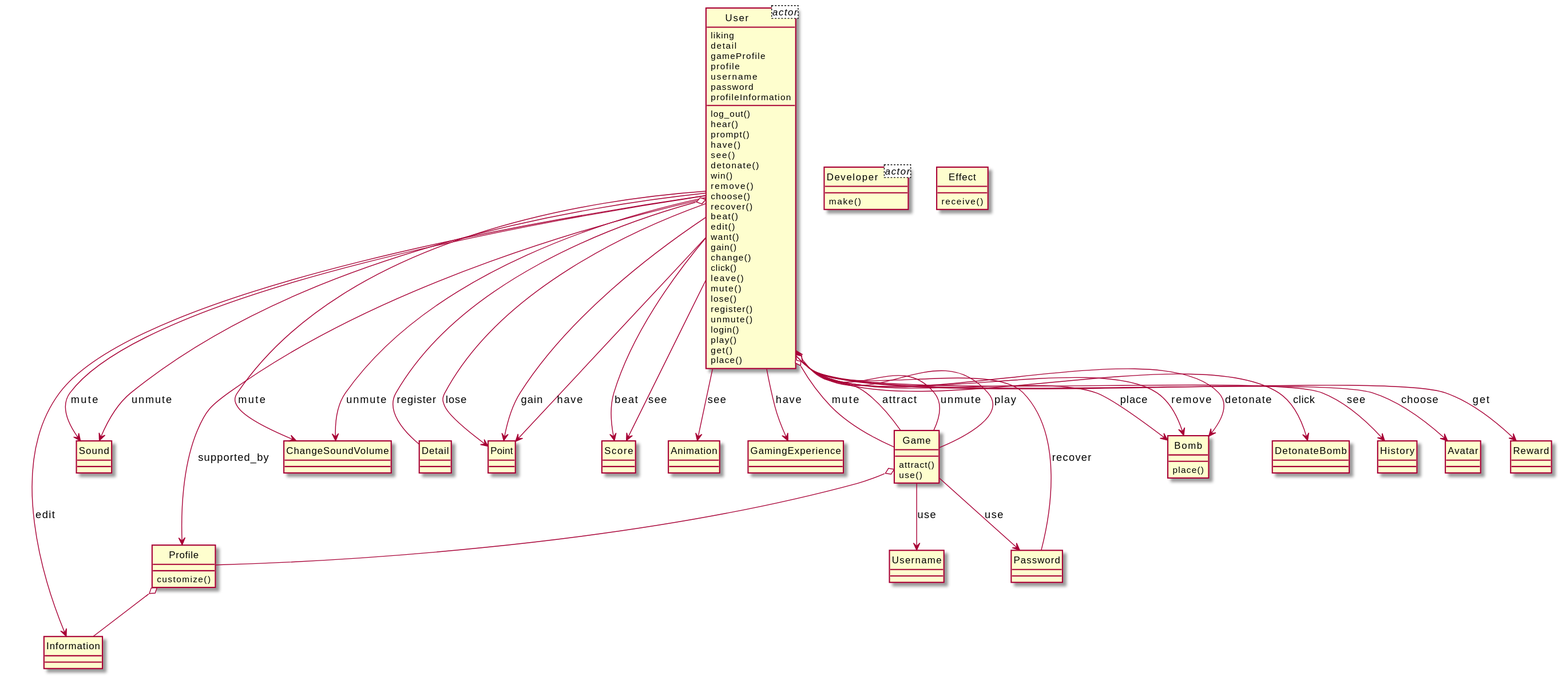
Above: output/diagram_5/2016-USC-Project06.svg in xixixhalu/DomainModelExtractor (PlantUML), before the change.
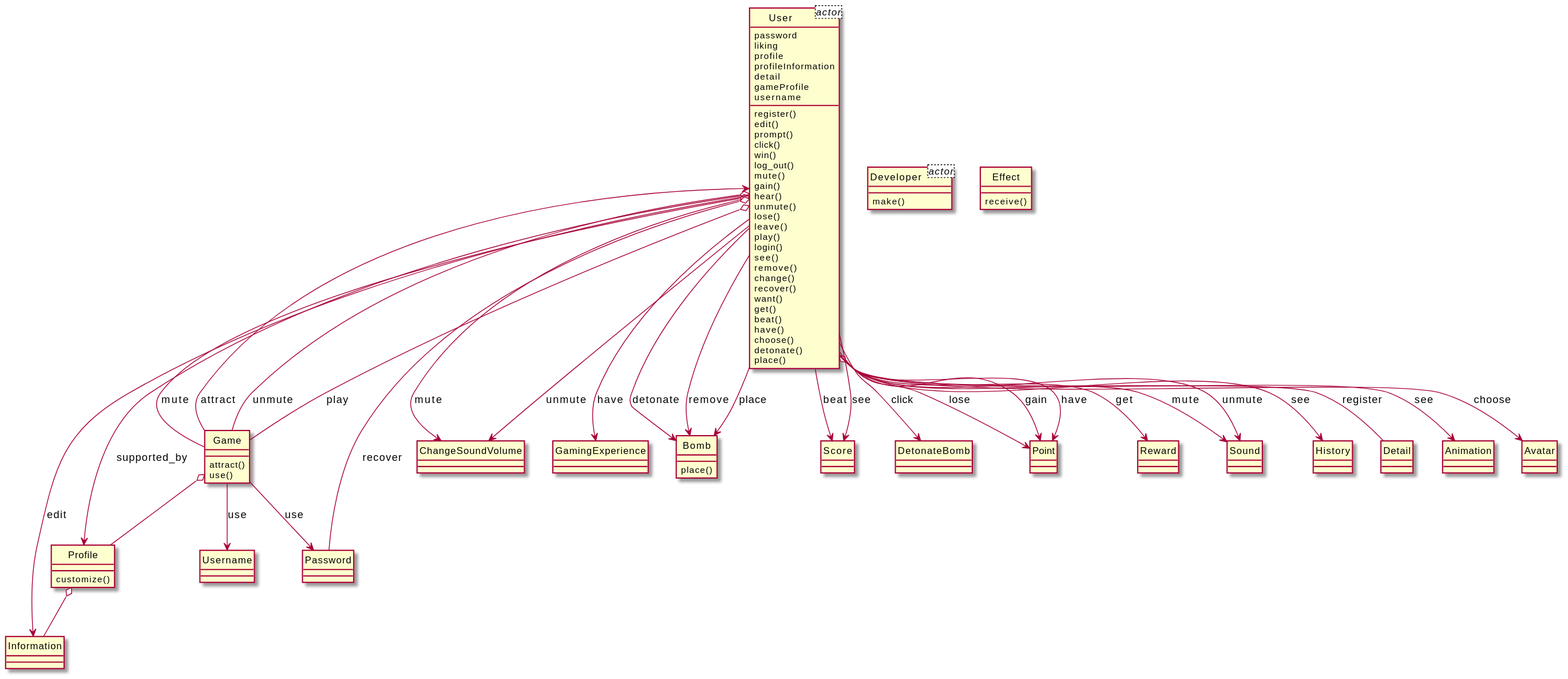
Above is the later version.

What changed in the source:
```diff
@@ -1,115 +1,115 @@
 @startuml
 hide circle
 class User<actor> {
+	password
 	liking
+	profile
+	profileInformation
 	detail
 	gameProfile
-	profile
 	username
-	password
-	profileInformation
 }
 class Developer<actor> {
 }
 class Information {
 }
 class User {
+	register()
+	edit()
+	prompt()
+	click()
+	win()
 	log_out()
+	mute()
+	gain()
 	hear()
-	prompt()
+	unmute()
+	lose()
+	leave()
+	play()
+	login()
+	see()
+	remove()
+	change()
+	recover()
+	want()
+	get()
+	beat()
 	have()
-	see()
+	choose()
 	detonate()
-	win()
-	remove()
-	choose()
-	recover()
-	beat()
-	edit()
-	want()
-	gain()
-	change()
-	click()
-	leave()
-	mute()
-	lose()
-	register()
-	unmute()
-	login()
-	play()
-	get()
 	place()
 }
-class Sound {
+class Password {
+}
+class ChangeSoundVolume {
+}
+class GamingExperience {
+}
+class Bomb {
+	place()
 }
 class Game {
 	attract()
 	use()
 }
-class ChangeSoundVolume {
+class Score {
 }
-class Detail {
+class DetonateBomb {
 }
 class Point {
-}
-class Score {
-}
-class Animation {
 }
 class Developer {
 	make()
 }
-class GamingExperience {
+class Reward {
 }
 class Profile {
 	customize()
 }
-class Password {
-}
-class Bomb {
-	place()
-}
-class DetonateBomb {
+class Sound {
 }
 class History {
 }
-class Avatar {
+class Detail {
 }
-class Reward {
+class Animation {
 }
 class Username {
 }
 class Effect {
 	receive()
 }
+class Avatar {
+}
+User --> Bomb : remove
+User o-- Game : unmute
+User --> Score : beat
+User o-- Detail : register
+User --> Animation : see
+User --> DetonateBomb : click
+Game --> Username : use
+User --> Point : gain
+User --> Point : have
+User --> Score : see
+Game --> Password : use
+User --> ChangeSoundVolume : mute
 User --> Information : edit
-User o-- Game : unmute
-User --> Point : have
-Game --> Password : use
+User --> Avatar : choose
+User --> Reward : get
+User o-- Game : play
+User --> ChangeSoundVolume : unmute
+Game o-- Profile
+User --> Bomb : place
+User --> GamingExperience : have
+Profile o-- Information
+User --> Profile : supported_by
+User --> Point : lose
+Game --> User : attract
 User --> Sound : mute
-User o-- Game : play
-User --> Score : beat
-User --> Avatar : choose
-User --> Animation : see
-User --> Score : see
-User --> Reward : get
-User --> ChangeSoundVolume : mute
-Game --> Username : use
-User --> GamingExperience : have
-User --> Bomb : remove
-Game --> User : attract
-User --> Bomb : detonate
-User --> Point : lose
 User o-- Game : mute
-User --> Profile : supported_by
-User --> Point : gain
-User o-- Detail : register
-Game o-- Profile
-Profile o-- Information
+User --> Sound : unmute
 User o-- Password : recover
 User --> History : see
-User --> Bomb : place
-User --> ChangeSoundVolume : unmute
-User --> Sound : unmute
-User --> DetonateBomb : click
+User --> Bomb : detonate
 @enduml
```
